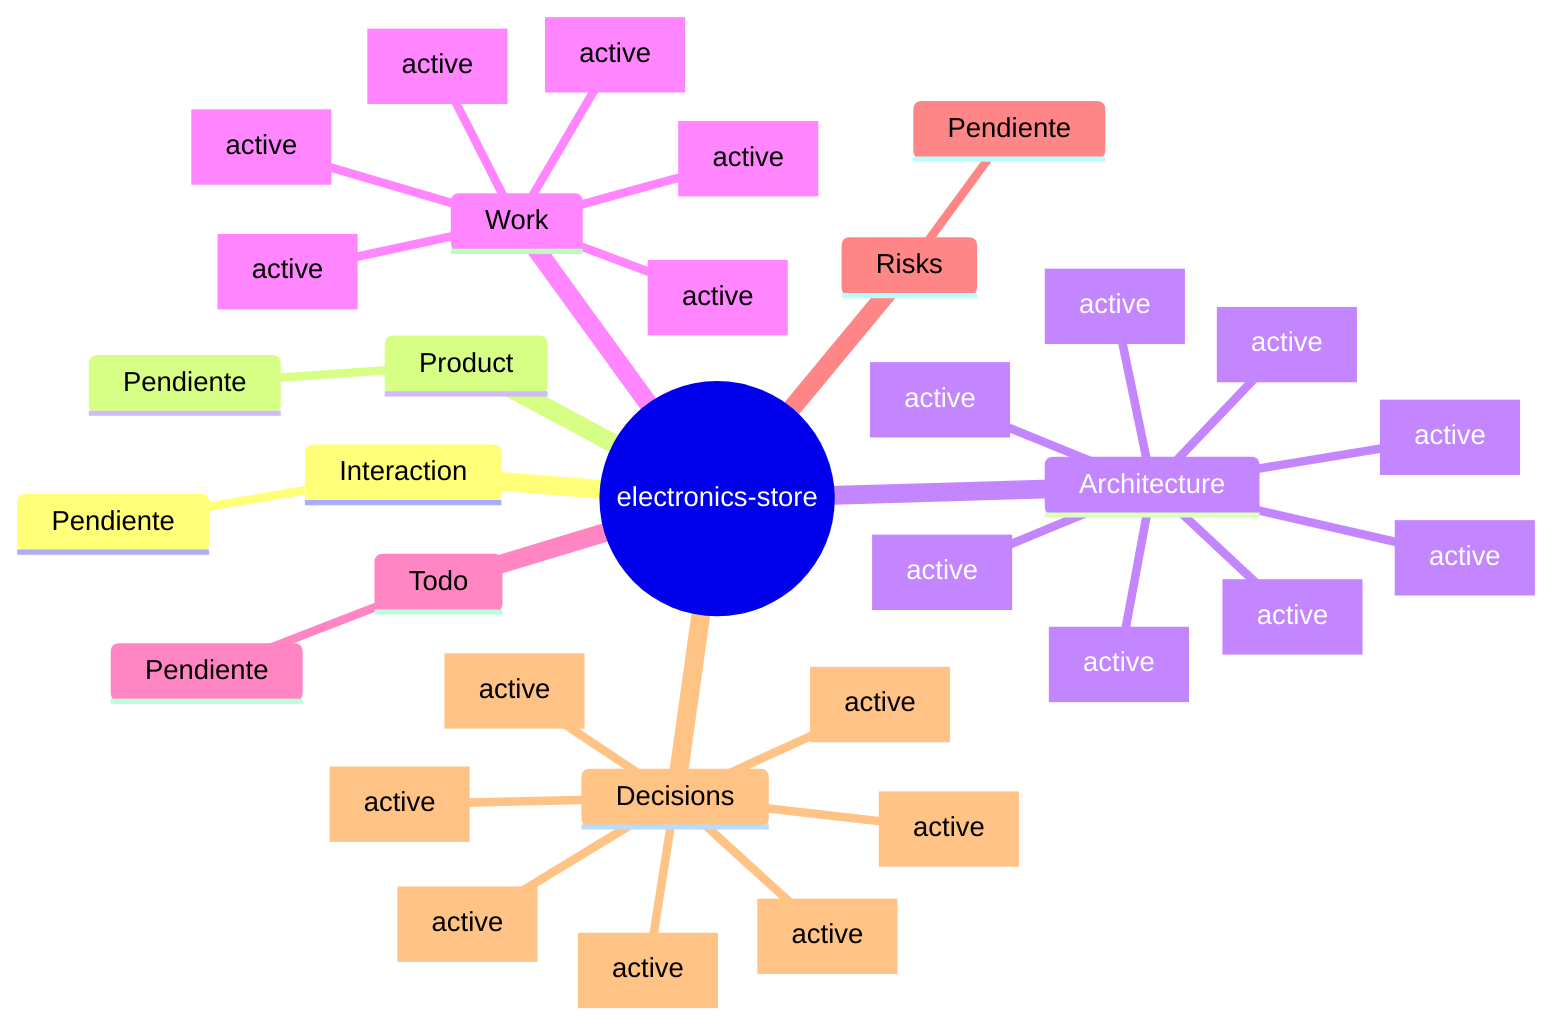
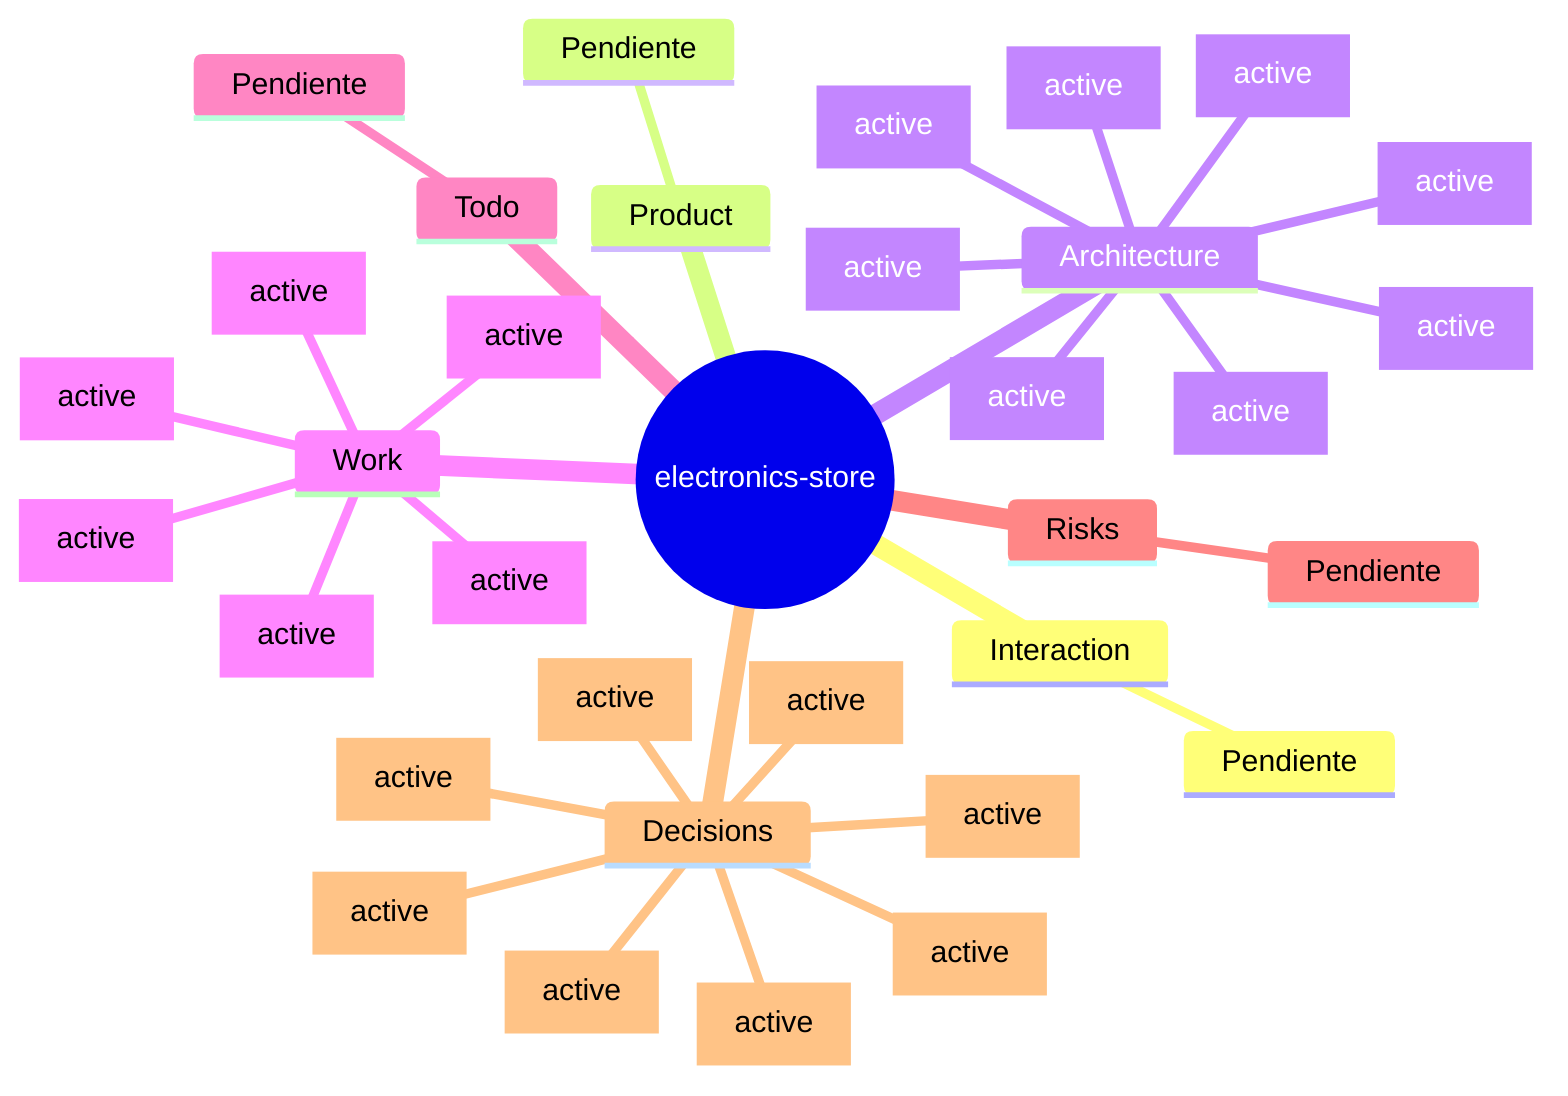
mindmap
  root((electronics-store))
    Interaction
      Pendiente
    Product
      Pendiente
    Architecture
      .env [active]
      .env.example [active]
      .gitignore [active]
      AGENTS.md [active]
      CLAUDE.md [active]
      README.md [active]
      eslint.config.mjs [active]
      middleware.ts [active]
    Work
      Google store admin access [active]
      Store security and caching pass [active]
      Electronics inventory research shortlist [active]
      Landing hero trust imagery [active]
      Updated family storefront hero image [active]
      Updated storefront hero image order [active]
    Todo
      Pendiente
    Risks
      Pendiente
    Decisions
      Landing hero image rotation [active]
      Official Nubel Store logo assets [active]
      Official SVG logo source [active]
      Compact technology wordmark [active]
      Serious brand hover animation [active]
      Sticky public header [active]
      Delayed docked public header [active]
+       Recommended inventory sidebar navigation [active]
